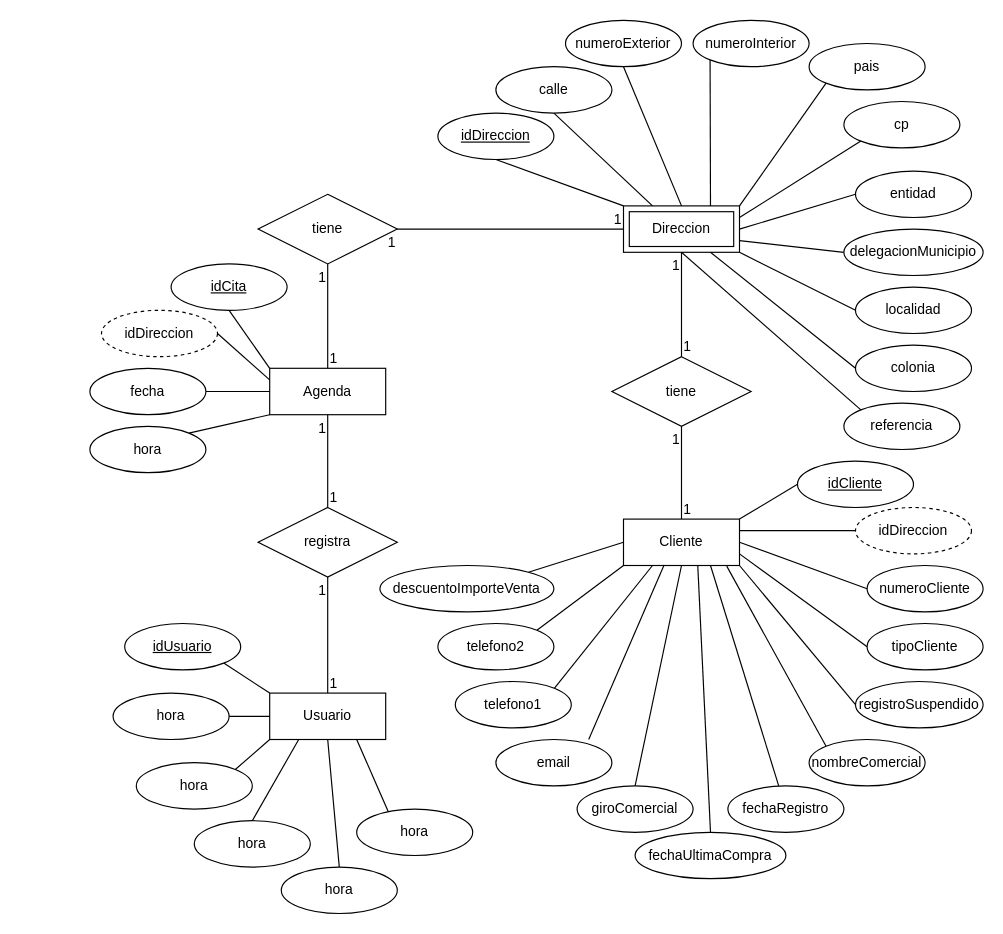
Before: UML-ER-Clientes.drawio in agustin-ollin/Doc-PROMEZ, a draw.io diagram. Source tidied: cells renumbered, new cells numbered last; positions are measured from the earlier drawing's top-left corner, leaving out a move shared by most shapes. Both pictures are drawn from the tidied source at 116%, with x=0, y=0 at pixel (89, 20).
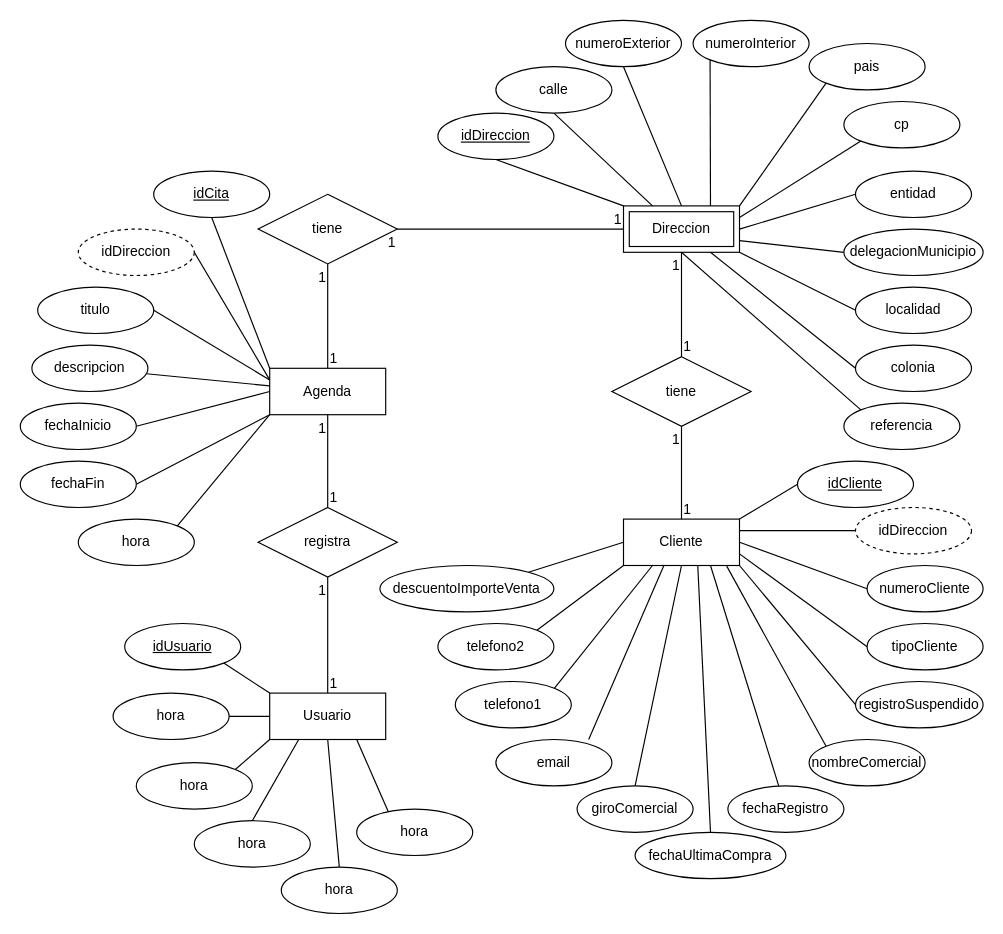
After the change.

The change refers to these unchanged cells:
```xml
<mxCell id="4" value="Agenda" style="whiteSpace=wrap;html=1;align=center;" parent="1" vertex="1">
  <mxGeometry x="155" y="300" width="100" height="40" as="geometry" />
</mxCell>
```

The edit, as a diff of the source:
```diff
@@
     <mxCell id="7" value="idCita" style="ellipse;whiteSpace=wrap;html=1;align=center;fontStyle=4;" parent="1" vertex="1">
-      <mxGeometry x="70" y="210" width="100" height="40" as="geometry" />
+      <mxGeometry x="55" y="130" width="100" height="40" as="geometry" />
     </mxCell>
@@
     <mxCell id="9" value="idDireccion" style="ellipse;whiteSpace=wrap;html=1;align=center;dashed=1;" parent="1" vertex="1">
-      <mxGeometry x="10" y="250" width="100" height="40" as="geometry" />
+      <mxGeometry x="-10" y="180" width="100" height="40" as="geometry" />
     </mxCell>
@@
-    <mxCell id="11" value="fecha" style="ellipse;whiteSpace=wrap;html=1;align=center;" parent="1" vertex="1">
-      <mxGeometry y="300" width="100" height="40" as="geometry" />
+    <mxCell id="11" value="fechaInicio" style="ellipse;whiteSpace=wrap;html=1;align=center;" parent="1" vertex="1">
+      <mxGeometry x="-60" y="330" width="100" height="40" as="geometry" />
     </mxCell>
@@
     <mxCell id="13" value="hora" style="ellipse;whiteSpace=wrap;html=1;align=center;" parent="1" vertex="1">
-      <mxGeometry y="350" width="100" height="40" as="geometry" />
+      <mxGeometry x="-10" y="430" width="100" height="40" as="geometry" />
     </mxCell>
@@
+    <mxCell id="96" style="rounded=0;jettySize=auto;html=1;exitX=1;exitY=0.5;exitDx=0;exitDy=0;endArrow=none;endFill=0;entryX=0;entryY=0.25;entryDx=0;entryDy=0;" parent="1" edge="1" source="97" target="4">
+      <mxGeometry relative="1" as="geometry" />
+    </mxCell>
+    <mxCell id="97" value="titulo" style="ellipse;whiteSpace=wrap;html=1;align=center;" parent="1" vertex="1">
+      <mxGeometry x="-45" y="230" width="100" height="40" as="geometry" />
+    </mxCell>
+    <mxCell id="98" style="rounded=0;jettySize=auto;html=1;endArrow=none;endFill=0;" parent="1" edge="1" source="99" target="4">
+      <mxGeometry relative="1" as="geometry" />
+    </mxCell>
+    <mxCell id="99" value="descripcion" style="ellipse;whiteSpace=wrap;html=1;align=center;" parent="1" vertex="1">
+      <mxGeometry x="-50" y="280" width="100" height="40" as="geometry" />
+    </mxCell>
+    <mxCell id="100" style="rounded=0;jettySize=auto;html=1;exitX=1;exitY=0.5;exitDx=0;exitDy=0;entryX=0;entryY=1;entryDx=0;entryDy=0;endArrow=none;endFill=0;" parent="1" edge="1" source="101" target="4">
+      <mxGeometry relative="1" as="geometry" />
+    </mxCell>
+    <mxCell id="101" value="fechaFin" style="ellipse;whiteSpace=wrap;html=1;align=center;" parent="1" vertex="1">
+      <mxGeometry x="-60" y="380" width="100" height="40" as="geometry" />
+    </mxCell>
```
